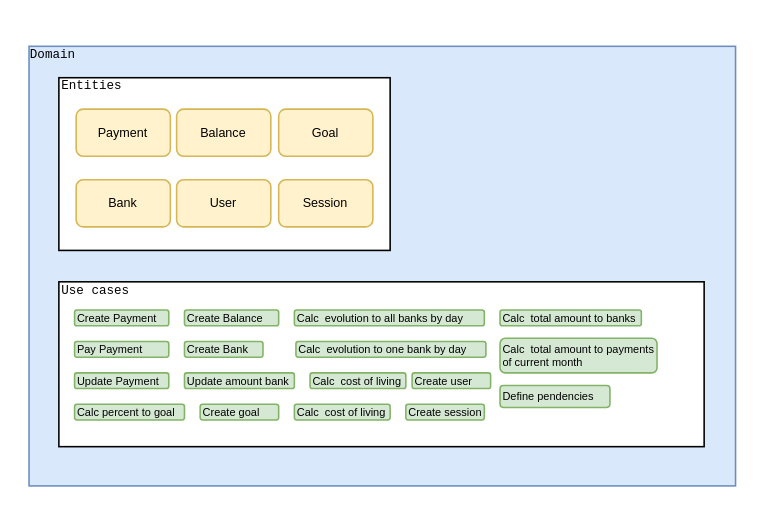
Earlier version of the draw.io diagram nookmoney.drawio (acmesquita/nookmoney). Source tidied: cells renumbered, new cells numbered last; positions are measured from the earlier drawing's top-left corner, leaving out a move shared by most shapes. Both pictures are drawn from the tidied source at 157%, with x=0, y=0 at pixel (27, 46).
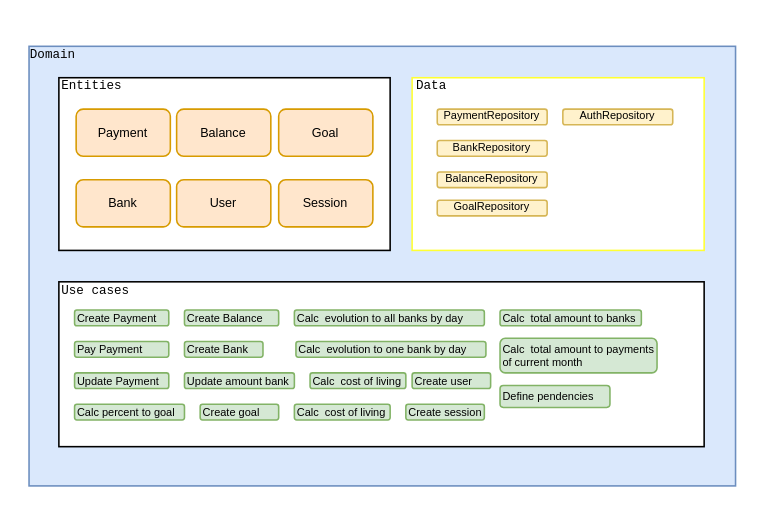
After the change.

Commit message:
create data repositories

The edit, as a diff of the source:
```diff
@@
-    <mxCell id="5" value="Payment" style="rounded=1;whiteSpace=wrap;html=1;fontSize=8;fillColor=#fff2cc;strokeColor=#d6b656;" parent="1" vertex="1">
+    <mxCell id="5" value="Payment" style="rounded=1;whiteSpace=wrap;html=1;fontSize=8;fillColor=#ffe6cc;strokeColor=#d79b00;" parent="1" vertex="1">
       <mxGeometry x="31" y="40" width="60" height="30" as="geometry" />
     </mxCell>
-    <mxCell id="6" value="Balance" style="rounded=1;whiteSpace=wrap;html=1;fontSize=8;fillColor=#fff2cc;strokeColor=#d6b656;" parent="1" vertex="1">
+    <mxCell id="6" value="Balance" style="rounded=1;whiteSpace=wrap;html=1;fontSize=8;fillColor=#ffe6cc;strokeColor=#d79b00;" parent="1" vertex="1">
       <mxGeometry x="95" y="40" width="60" height="30" as="geometry" />
     </mxCell>
-    <mxCell id="7" value="Bank" style="rounded=1;whiteSpace=wrap;html=1;fontSize=8;fillColor=#fff2cc;strokeColor=#d6b656;" parent="1" vertex="1">
+    <mxCell id="7" value="Bank" style="rounded=1;whiteSpace=wrap;html=1;fontSize=8;fillColor=#ffe6cc;strokeColor=#d79b00;" parent="1" vertex="1">
       <mxGeometry x="31" y="85" width="60" height="30" as="geometry" />
     </mxCell>
-    <mxCell id="8" value="User" style="rounded=1;whiteSpace=wrap;html=1;fontSize=8;fillColor=#fff2cc;strokeColor=#d6b656;" parent="1" vertex="1">
+    <mxCell id="8" value="User" style="rounded=1;whiteSpace=wrap;html=1;fontSize=8;fillColor=#ffe6cc;strokeColor=#d79b00;" parent="1" vertex="1">
       <mxGeometry x="95" y="85" width="60" height="30" as="geometry" />
     </mxCell>
     <mxCell id="9" value="&lt;pre&gt;&lt;span style=&quot;font-size: 8px;&quot;&gt;Entities&lt;/span&gt;&lt;/pre&gt;" style="text;html=1;strokeColor=none;fillColor=none;align=left;verticalAlign=middle;whiteSpace=wrap;rounded=0;fontSize=11;" parent="1" vertex="1">
-      <mxGeometry x="20" y="20" width="161" height="10" as="geometry" />
+      <mxGeometry x="20" y="20" width="211" height="10" as="geometry" />
     </mxCell>
@@
-    <mxCell id="19" value="Session" style="rounded=1;whiteSpace=wrap;html=1;fontSize=8;fillColor=#fff2cc;strokeColor=#d6b656;" parent="1" vertex="1">
+    <mxCell id="19" value="Session" style="rounded=1;whiteSpace=wrap;html=1;fontSize=8;fillColor=#ffe6cc;strokeColor=#d79b00;" parent="1" vertex="1">
       <mxGeometry x="160" y="85" width="60" height="30" as="geometry" />
     </mxCell>
-    <mxCell id="20" value="Goal" style="rounded=1;whiteSpace=wrap;html=1;fontSize=8;fillColor=#fff2cc;strokeColor=#d6b656;" parent="1" vertex="1">
+    <mxCell id="20" value="Goal" style="rounded=1;whiteSpace=wrap;html=1;fontSize=8;fillColor=#ffe6cc;strokeColor=#d79b00;" parent="1" vertex="1">
       <mxGeometry x="160" y="40" width="60" height="30" as="geometry" />
     </mxCell>
@@
+    <mxCell id="31" style="rounded=0;whiteSpace=wrap;html=1;strokeWidth=1;fontSize=7;gradientColor=none;strokeColor=#FFFF33;" parent="1" vertex="1">
+      <mxGeometry x="245" y="20" width="186" height="110" as="geometry" />
+    </mxCell>
+    <mxCell id="32" value="&lt;pre&gt;&lt;span style=&quot;font-size: 8px;&quot;&gt;Data&lt;/span&gt;&lt;/pre&gt;" style="text;html=1;strokeColor=none;fillColor=none;align=left;verticalAlign=middle;whiteSpace=wrap;rounded=0;fontSize=11;" parent="1" vertex="1">
+      <mxGeometry x="245.5" y="20" width="185.5" height="10" as="geometry" />
+    </mxCell>
+    <mxCell id="33" value="PaymentRepository" style="rounded=1;whiteSpace=wrap;html=1;strokeColor=#d6b656;strokeWidth=1;fontSize=7;fillColor=#fff2cc;" parent="1" vertex="1">
+      <mxGeometry x="261" y="40" width="70" height="10" as="geometry" />
+    </mxCell>
+    <mxCell id="34" value="BankRepository" style="rounded=1;whiteSpace=wrap;html=1;strokeColor=#d6b656;strokeWidth=1;fontSize=7;fillColor=#fff2cc;" parent="1" vertex="1">
+      <mxGeometry x="261" y="60" width="70" height="10" as="geometry" />
+    </mxCell>
+    <mxCell id="35" value="BalanceRepository" style="rounded=1;whiteSpace=wrap;html=1;strokeColor=#d6b656;strokeWidth=1;fontSize=7;fillColor=#fff2cc;" parent="1" vertex="1">
+      <mxGeometry x="261" y="80" width="70" height="10" as="geometry" />
+    </mxCell>
+    <mxCell id="36" value="GoalRepository" style="rounded=1;whiteSpace=wrap;html=1;strokeColor=#d6b656;strokeWidth=1;fontSize=7;fillColor=#fff2cc;" parent="1" vertex="1">
+      <mxGeometry x="261" y="98" width="70" height="10" as="geometry" />
+    </mxCell>
+    <mxCell id="37" value="AuthRepository" style="rounded=1;whiteSpace=wrap;html=1;strokeColor=#d6b656;strokeWidth=1;fontSize=7;fillColor=#fff2cc;" parent="1" vertex="1">
+      <mxGeometry x="341" y="40" width="70" height="10" as="geometry" />
+    </mxCell>
```
